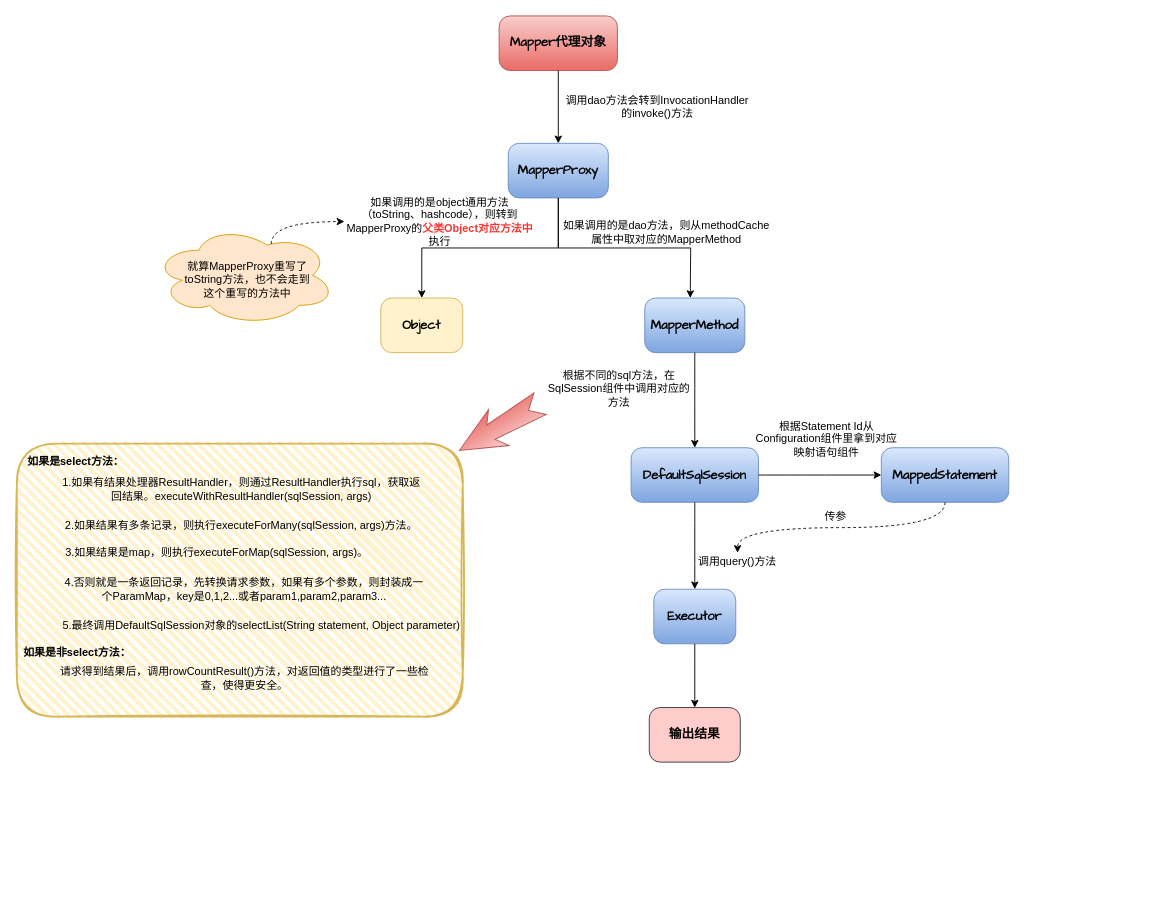
The draw.io diagram page "Mapper调用dao方法" (5 of 5) of MyBatis概要流程.drawio in heweijun123/drawio-database, before the edit. Source tidied: cells renumbered, new cells numbered last; positions are measured from the earlier drawing's top-left corner, leaving out a move shared by most shapes. Both pictures are drawn from the tidied source at 91%, with x=0, y=0 at pixel (16, 15).
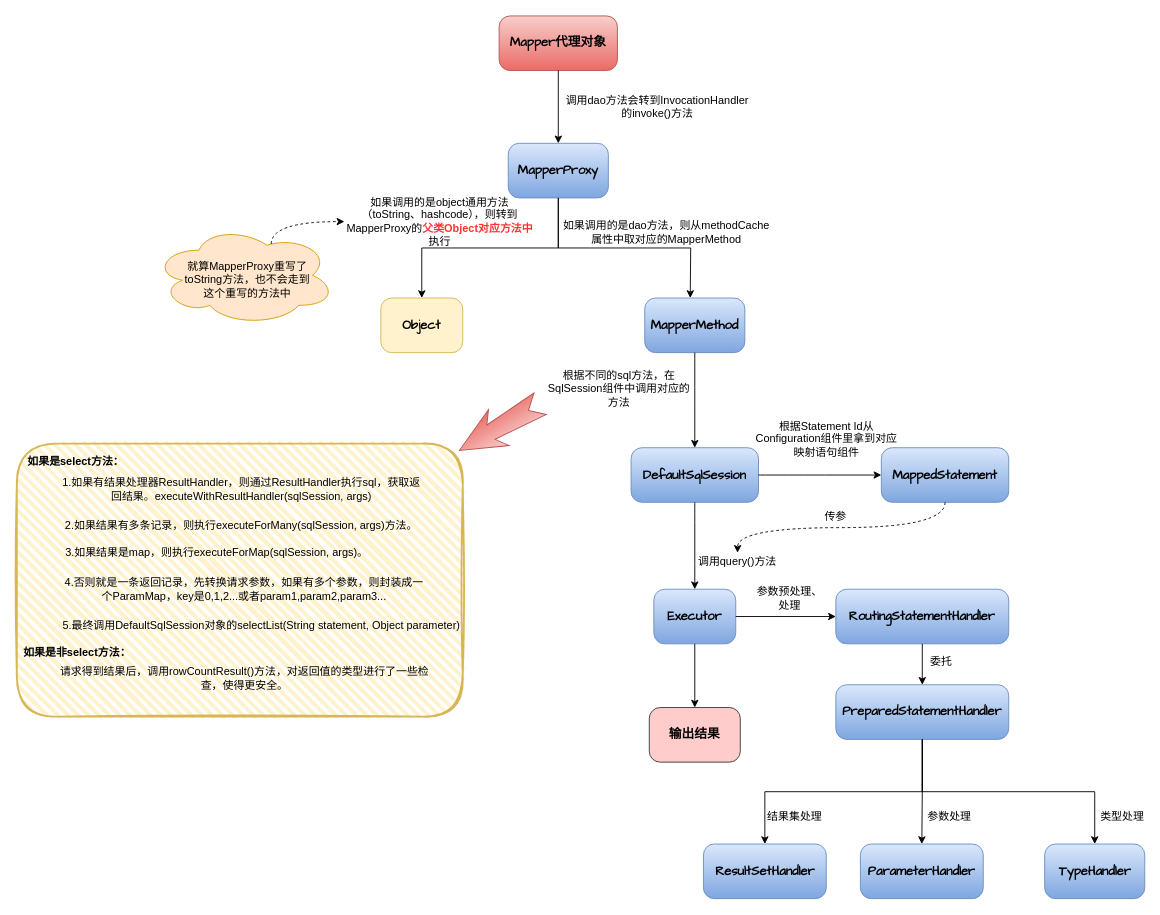
The same diagram, later.

The change refers to these unchanged cells:
```xml
<mxCell id="28" value="&lt;span style=&quot;color: rgb(0 , 0 , 0) ; font-size: 14px&quot;&gt;&lt;b&gt;Executor&lt;/b&gt;&lt;/span&gt;" style="rounded=1;whiteSpace=wrap;html=1;shadow=0;fontColor=#000000;strokeColor=#6c8ebf;fillColor=#dae8fc;gradientColor=#7ea6e0;arcSize=20;fontFamily=Comic Sans MS;" parent="27" vertex="1">
  <mxGeometry width="90" height="60" as="geometry" />
</mxCell>
```

Diff of the diagram source:
```diff
@@
+    <mxCell id="48" style="group;" parent="1" vertex="1">
+      <mxGeometry x="900" y="630" width="190" height="60" as="geometry" />
+    </mxCell>
+    <mxCell id="49" value="&lt;span style=&quot;font-size: 14px&quot;&gt;&lt;b&gt;RoutingStatementHandler&lt;/b&gt;&lt;/span&gt;" style="rounded=1;whiteSpace=wrap;html=1;shadow=0;fontColor=#000000;strokeColor=#6c8ebf;fillColor=#dae8fc;gradientColor=#7ea6e0;arcSize=20;fontFamily=Comic Sans MS;" parent="48" vertex="1">
+      <mxGeometry width="190" height="60" as="geometry" />
+    </mxCell>
+    <mxCell id="50" style="edgeStyle=orthogonalEdgeStyle;rounded=0;jettySize=auto;html=1;exitX=1;exitY=0.5;exitDx=0;exitDy=0;entryX=0;entryY=0.5;entryDx=0;entryDy=0;" parent="1" edge="1" source="28" target="49">
+      <mxGeometry relative="1" as="geometry" />
+    </mxCell>
+    <mxCell id="51" value="参数预处理、处理" style="text;html=1;strokeColor=none;fillColor=none;align=center;verticalAlign=middle;whiteSpace=wrap;rounded=0;" parent="1" vertex="1">
+      <mxGeometry x="809" y="630" width="81" height="20" as="geometry" />
+    </mxCell>
+    <mxCell id="52" style="group;" parent="1" vertex="1">
+      <mxGeometry x="900" y="735" width="190" height="60" as="geometry" />
+    </mxCell>
+    <mxCell id="53" value="&lt;span style=&quot;font-size: 14px&quot;&gt;&lt;b&gt;PreparedStatementHandler&lt;/b&gt;&lt;/span&gt;" style="rounded=1;whiteSpace=wrap;html=1;shadow=0;fontColor=#000000;strokeColor=#6c8ebf;fillColor=#dae8fc;gradientColor=#7ea6e0;arcSize=20;fontFamily=Comic Sans MS;" parent="52" vertex="1">
+      <mxGeometry width="190" height="60" as="geometry" />
+    </mxCell>
+    <mxCell id="54" style="edgeStyle=orthogonalEdgeStyle;rounded=0;jettySize=auto;html=1;exitX=0.5;exitY=1;exitDx=0;exitDy=0;" parent="1" edge="1" source="49" target="53">
+      <mxGeometry relative="1" as="geometry" />
+    </mxCell>
+    <mxCell id="55" value="委托" style="text;html=1;strokeColor=none;fillColor=none;align=center;verticalAlign=middle;whiteSpace=wrap;rounded=0;" parent="1" vertex="1">
+      <mxGeometry x="996" y="700" width="40" height="20" as="geometry" />
+    </mxCell>
+    <mxCell id="56" style="group;" parent="1" vertex="1">
+      <mxGeometry x="754.5" y="910" width="135" height="60" as="geometry" />
+    </mxCell>
+    <mxCell id="57" value="&lt;span style=&quot;font-size: 14px&quot;&gt;&lt;b&gt;ResultSetHandler&lt;/b&gt;&lt;/span&gt;" style="rounded=1;whiteSpace=wrap;html=1;shadow=0;fontColor=#000000;strokeColor=#6c8ebf;fillColor=#dae8fc;gradientColor=#7ea6e0;arcSize=20;fontFamily=Comic Sans MS;" parent="56" vertex="1">
+      <mxGeometry width="135" height="60" as="geometry" />
+    </mxCell>
+    <mxCell id="58" style="group;" parent="1" vertex="1">
+      <mxGeometry x="927" y="910" width="135" height="60" as="geometry" />
+    </mxCell>
+    <mxCell id="59" value="&lt;span style=&quot;font-size: 14px&quot;&gt;&lt;b&gt;ParameterHandler&lt;/b&gt;&lt;/span&gt;" style="rounded=1;whiteSpace=wrap;html=1;shadow=0;fontColor=#000000;strokeColor=#6c8ebf;fillColor=#dae8fc;gradientColor=#7ea6e0;arcSize=20;fontFamily=Comic Sans MS;" parent="58" vertex="1">
+      <mxGeometry width="135" height="60" as="geometry" />
+    </mxCell>
+    <mxCell id="60" style="group;" parent="1" vertex="1">
+      <mxGeometry x="1129.5" y="910" width="110" height="60" as="geometry" />
+    </mxCell>
+    <mxCell id="61" value="&lt;span style=&quot;font-size: 14px&quot;&gt;&lt;b&gt;TypeHandler&lt;/b&gt;&lt;/span&gt;" style="rounded=1;whiteSpace=wrap;html=1;shadow=0;fontColor=#000000;strokeColor=#6c8ebf;fillColor=#dae8fc;gradientColor=#7ea6e0;arcSize=20;fontFamily=Comic Sans MS;" parent="60" vertex="1">
+      <mxGeometry width="110" height="60" as="geometry" />
+    </mxCell>
+    <mxCell id="62" style="edgeStyle=orthogonalEdgeStyle;rounded=0;jettySize=auto;html=1;exitX=0.5;exitY=1;exitDx=0;exitDy=0;entryX=0.5;entryY=0;entryDx=0;entryDy=0;" parent="1" edge="1" source="53" target="57">
+      <mxGeometry relative="1" as="geometry" />
+    </mxCell>
+    <mxCell id="63" style="edgeStyle=orthogonalEdgeStyle;rounded=0;jettySize=auto;html=1;exitX=0.5;exitY=1;exitDx=0;exitDy=0;" parent="1" edge="1" source="53" target="59">
+      <mxGeometry relative="1" as="geometry" />
+    </mxCell>
+    <mxCell id="64" style="edgeStyle=orthogonalEdgeStyle;rounded=0;jettySize=auto;html=1;exitX=0.5;exitY=1;exitDx=0;exitDy=0;" parent="1" edge="1" source="53" target="61">
+      <mxGeometry relative="1" as="geometry" />
+    </mxCell>
+    <mxCell id="65" value="结果集处理" style="text;html=1;strokeColor=none;fillColor=none;align=center;verticalAlign=middle;whiteSpace=wrap;rounded=0;" parent="1" vertex="1">
+      <mxGeometry x="820" y="870" width="70" height="20" as="geometry" />
+    </mxCell>
+    <mxCell id="66" value="参数处理" style="text;html=1;strokeColor=none;fillColor=none;align=center;verticalAlign=middle;whiteSpace=wrap;rounded=0;" parent="1" vertex="1">
+      <mxGeometry x="1000" y="870" width="50" height="20" as="geometry" />
+    </mxCell>
+    <mxCell id="67" value="类型处理" style="text;html=1;strokeColor=none;fillColor=none;align=center;verticalAlign=middle;whiteSpace=wrap;rounded=0;" parent="1" vertex="1">
+      <mxGeometry x="1189.5" y="870" width="50" height="20" as="geometry" />
+    </mxCell>
```
